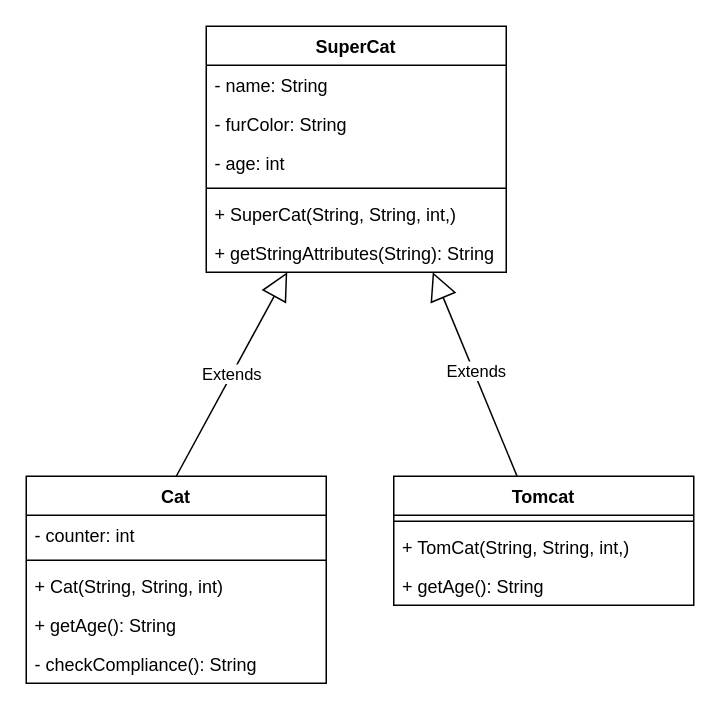
JanaJ90/03b_Vererbung_Inheritance keeps this draw.io diagram as page "Cat-Tomcat-SuperCat" (4 of 4) of klassendiagramm.drawio. Above is the earlier version. Source tidied: cells renumbered, new cells numbered last; positions are measured from the earlier drawing's top-left corner, leaving out a move shared by most shapes. Both pictures are drawn from the tidied source at 150%, with x=0, y=0 at pixel (26, 26).
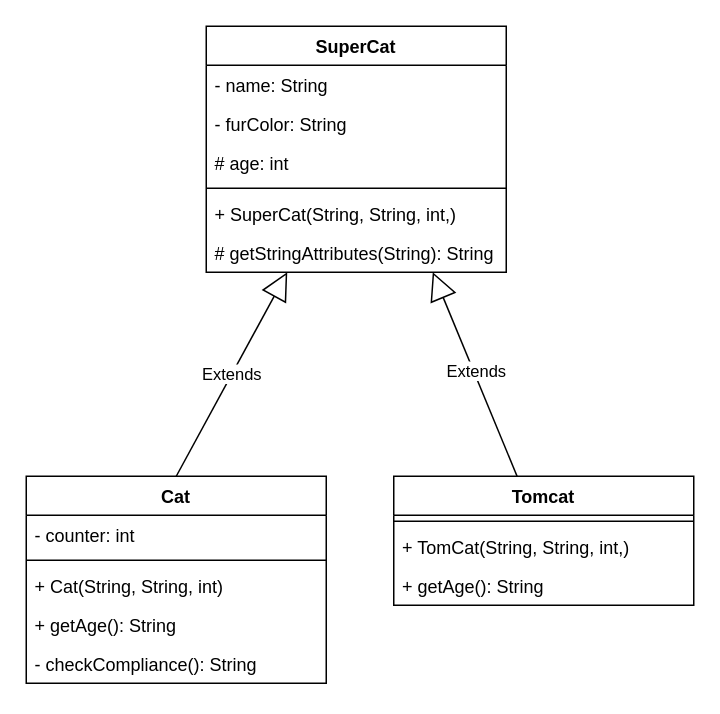
After the change.

Unchanged cells that the change refers to:
```xml
<mxCell id="8" value="SuperCat" style="swimlane;fontStyle=1;align=center;verticalAlign=top;horizontal=1;startSize=26;" parent="1" vertex="1">
  <mxGeometry x="120" width="200" height="164" as="geometry" />
</mxCell>
```

What changed in the source:
```diff
@@
-    <mxCell id="11" value="- age: int" style="text;strokeColor=none;fillColor=none;align=left;verticalAlign=top;spacingLeft=4;spacingRight=4;overflow=hidden;" parent="8" vertex="1">
+    <mxCell id="11" value="# age: int" style="text;strokeColor=none;fillColor=none;align=left;verticalAlign=top;spacingLeft=4;spacingRight=4;overflow=hidden;" parent="8" vertex="1">
       <mxGeometry y="78" width="200" height="26" as="geometry" />
     </mxCell>
@@
-    <mxCell id="14" value="+ getStringAttributes(String): String" style="text;strokeColor=none;fillColor=none;align=left;verticalAlign=top;spacingLeft=4;spacingRight=4;overflow=hidden;points=[[0,0.5],[1,0.5]];portConstraint=eastwest;" parent="8" vertex="1">
+    <mxCell id="14" value="# getStringAttributes(String): String" style="text;strokeColor=none;fillColor=none;align=left;verticalAlign=top;spacingLeft=4;spacingRight=4;overflow=hidden;points=[[0,0.5],[1,0.5]];portConstraint=eastwest;" parent="8" vertex="1">
       <mxGeometry y="138" width="200" height="26" as="geometry" />
     </mxCell>
```
